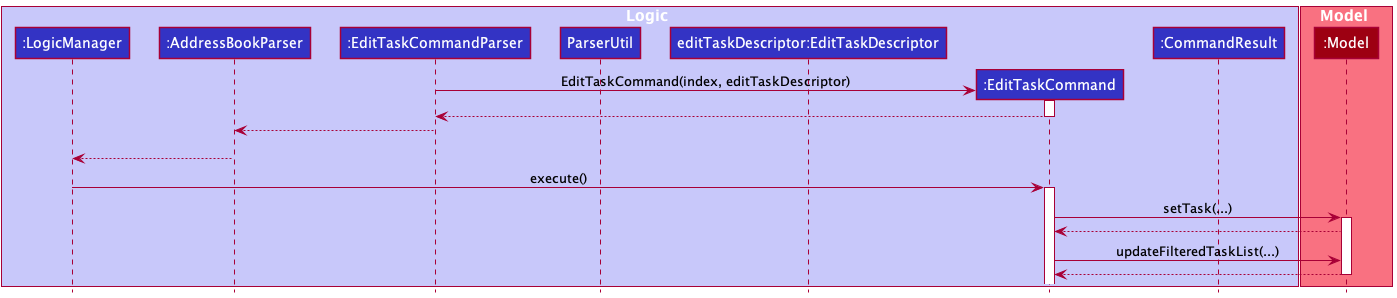
The PlantUML diagram docs/images/EditTaskDiagram/EditTaskSequenceDiagramState2.png in snss231/tp, before a commit. Source of this version:
```plantuml
@startuml
!include style.puml

box Logic LOGIC_COLOR_T1
participant ":LogicManager" as LogicManager LOGIC_COLOR
participant ":AddressBookParser" as AddressBookParser LOGIC_COLOR
participant ":EditTaskCommandParser" as EditTaskCommandParser LOGIC_COLOR
participant "ParserUtil" as ParserUtil LOGIC_COLOR
participant "editTaskDescriptor:EditTaskDescriptor" as EditTaskDescriptor LOGIC_COLOR
participant ":EditTaskCommand" as EditTaskCommand LOGIC_COLOR
participant ":CommandResult" as CommandResult LOGIC_COLOR
end box

box Model MODEL_COLOR_T1
participant ":Model" as Model MODEL_COLOR
end box


create EditTaskCommand
EditTaskCommandParser -> EditTaskCommand : EditTaskCommand(index, editTaskDescriptor)
activate EditTaskCommand

EditTaskCommand --> EditTaskCommandParser
deactivate EditTaskCommand

EditTaskCommandParser --> AddressBookParser
deactivate EditTaskCommandParser
EditTaskCommandParser -[hidden]-> AddressBookParser

AddressBookParser --> LogicManager
deactivate AddressBookParser

LogicManager -> EditTaskCommand : execute()
activate EditTaskCommand

EditTaskCommand -> Model : setTask(...)
activate Model

Model --> EditTaskCommand
EditTaskCommand -> Model : updateFilteredTaskList(...)
Model --> EditTaskCommand
deactivate Model


@enduml
```
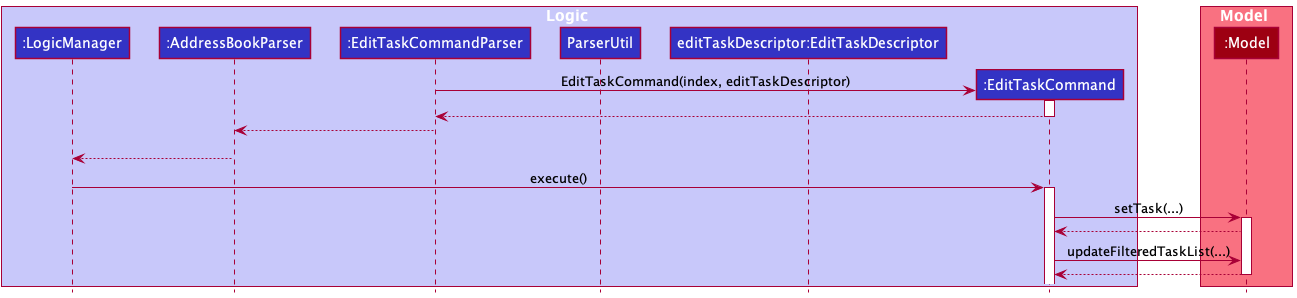
The same diagram one commit later.

The edit, as a diff of the source:
```diff
@@ -8,14 +8,11 @@
 participant "ParserUtil" as ParserUtil LOGIC_COLOR
 participant "editTaskDescriptor:EditTaskDescriptor" as EditTaskDescriptor LOGIC_COLOR
 participant ":EditTaskCommand" as EditTaskCommand LOGIC_COLOR
-participant ":CommandResult" as CommandResult LOGIC_COLOR
 end box
 
 box Model MODEL_COLOR_T1
 participant ":Model" as Model MODEL_COLOR
 end box
-
-
 create EditTaskCommand
 EditTaskCommandParser -> EditTaskCommand : EditTaskCommand(index, editTaskDescriptor)
 activate EditTaskCommand
@@ -42,4 +39,5 @@
 deactivate Model
 
 
+
 @enduml
```
